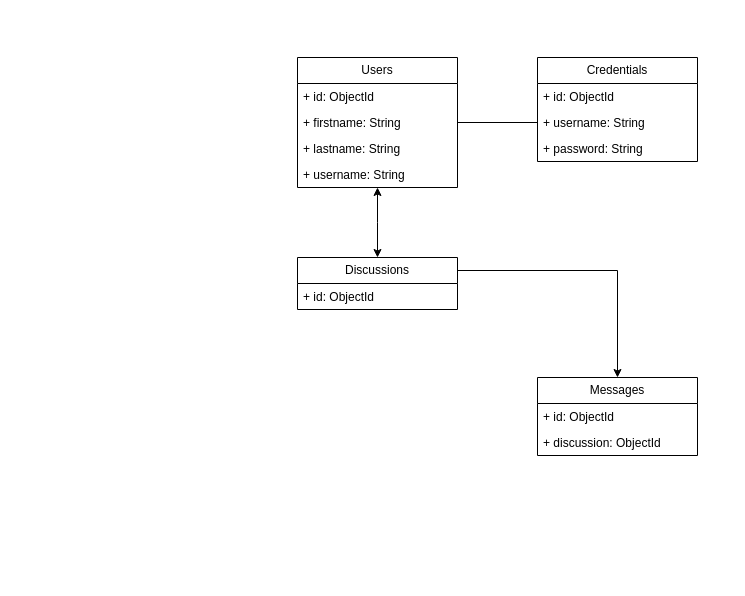
This is Arguments Entidades.drawio from Asierso/arguments, a draw.io file, before an edit. Source tidied: cells renumbered, new cells numbered last; positions are measured from the earlier drawing's top-left corner, leaving out a move shared by most shapes. Both pictures are drawn from the tidied source at 100%, with x=0, y=0 at pixel (297, 57).
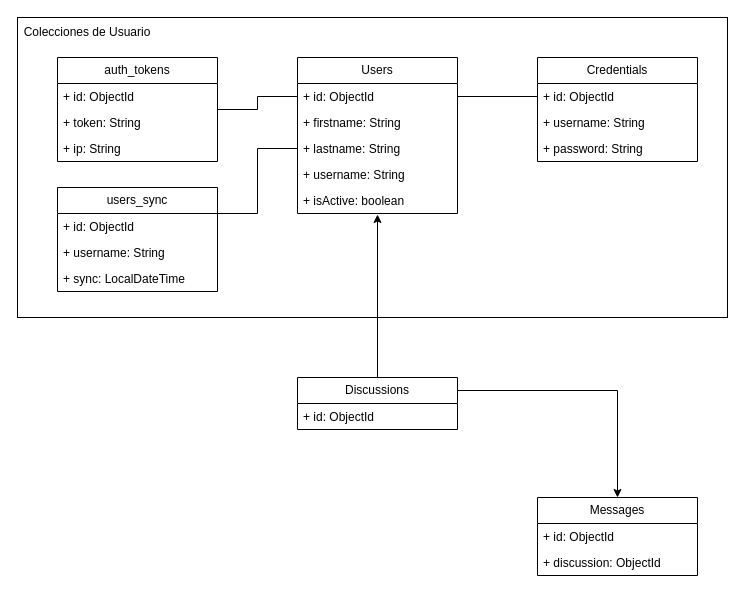
Above is the later version.

Commit message (it also covers changes not shown here):
Fix: Updated diagram and changes in entites

Unchanged cells that the change refers to:
```xml
<mxCell id="4" value="+ id: ObjectId" style="text;strokeColor=none;fillColor=none;align=left;verticalAlign=top;spacingLeft=4;spacingRight=4;overflow=hidden;points=[[0,0.5],[1,0.5]];portConstraint=eastwest;whiteSpace=wrap;html=1;" parent="3" vertex="1">
  <mxGeometry y="26" width="160" height="26" as="geometry" />
</mxCell>
<mxCell id="5" value="+ firstname: String" style="text;strokeColor=none;fillColor=none;align=left;verticalAlign=top;spacingLeft=4;spacingRight=4;overflow=hidden;points=[[0,0.5],[1,0.5]];portConstraint=eastwest;whiteSpace=wrap;html=1;" parent="3" vertex="1">
  <mxGeometry y="52" width="160" height="26" as="geometry" />
</mxCell>
<mxCell id="6" value="+ lastname: String" style="text;strokeColor=none;fillColor=none;align=left;verticalAlign=top;spacingLeft=4;spacingRight=4;overflow=hidden;points=[[0,0.5],[1,0.5]];portConstraint=eastwest;whiteSpace=wrap;html=1;" parent="3" vertex="1">
  <mxGeometry y="78" width="160" height="26" as="geometry" />
</mxCell>
<mxCell id="9" value="+ id: ObjectId" style="text;strokeColor=none;fillColor=none;align=left;verticalAlign=top;spacingLeft=4;spacingRight=4;overflow=hidden;points=[[0,0.5],[1,0.5]];portConstraint=eastwest;whiteSpace=wrap;html=1;" parent="8" vertex="1">
  <mxGeometry y="26" width="160" height="26" as="geometry" />
</mxCell>
<mxCell id="10" value="+ username: String" style="text;strokeColor=none;fillColor=none;align=left;verticalAlign=top;spacingLeft=4;spacingRight=4;overflow=hidden;points=[[0,0.5],[1,0.5]];portConstraint=eastwest;whiteSpace=wrap;html=1;" parent="8" vertex="1">
  <mxGeometry y="52" width="160" height="26" as="geometry" />
</mxCell>
```

What changed in the source:
```diff
@@
-    <mxCell id="2" style="edgeStyle=orthogonalEdgeStyle;rounded=0;jettySize=auto;html=1;startArrow=classic;startFill=1;" parent="1" edge="1" source="3">
-      <mxGeometry relative="1" as="geometry">
-        <mxPoint x="80" y="200" as="targetPoint" />
-      </mxGeometry>
-    </mxCell>
+    <mxCell id="20" style="rounded=0;whiteSpace=wrap;html=1;fillColor=none;" parent="1" vertex="1">
+      <mxGeometry x="-280" y="-40" width="710" height="300" as="geometry" />
+    </mxCell>
     <mxCell id="3" value="Users" style="swimlane;fontStyle=0;horizontal=1;startSize=26;fillColor=default;whiteSpace=wrap;html=1;" parent="1" vertex="1">
-      <mxGeometry width="160" height="130" as="geometry" />
+      <mxGeometry width="160" height="156" as="geometry" />
     </mxCell>
@@
+    <mxCell id="21" value="+ isActive: boolean" style="text;strokeColor=none;fillColor=none;align=left;verticalAlign=top;spacingLeft=4;spacingRight=4;overflow=hidden;points=[[0,0.5],[1,0.5]];portConstraint=eastwest;whiteSpace=wrap;html=1;" parent="3" vertex="1">
+      <mxGeometry y="130" width="160" height="26" as="geometry" />
+    </mxCell>
@@
     <mxCell id="13" value="Discussions" style="swimlane;fontStyle=0;horizontal=1;startSize=26;fillColor=default;whiteSpace=wrap;html=1;" parent="1" vertex="1">
-      <mxGeometry y="200" width="160" height="52" as="geometry" />
+      <mxGeometry y="320" width="160" height="52" as="geometry" />
     </mxCell>
@@
-    <mxCell id="15" style="edgeStyle=orthogonalEdgeStyle;rounded=0;jettySize=auto;html=1;exitX=1;exitY=0.5;exitDx=0;exitDy=0;entryX=0;entryY=0.5;entryDx=0;entryDy=0;endArrow=none;startFill=0;" parent="1" edge="1" source="5" target="10">
-      <mxGeometry relative="1" as="geometry" />
-    </mxCell>
     <mxCell id="16" value="Messages" style="swimlane;fontStyle=0;horizontal=1;startSize=26;fillColor=default;whiteSpace=wrap;html=1;" parent="1" vertex="1">
-      <mxGeometry x="240" y="320" width="160" height="78" as="geometry" />
+      <mxGeometry x="240" y="440" width="160" height="78" as="geometry" />
     </mxCell>
@@
+    <mxCell id="22" value="auth_tokens" style="swimlane;fontStyle=0;horizontal=1;startSize=26;fillColor=default;whiteSpace=wrap;html=1;" parent="1" vertex="1">
+      <mxGeometry x="-240" width="160" height="104" as="geometry" />
+    </mxCell>
+    <mxCell id="23" value="+ id: ObjectId" style="text;strokeColor=none;fillColor=none;align=left;verticalAlign=top;spacingLeft=4;spacingRight=4;overflow=hidden;whiteSpace=wrap;html=1;" parent="22" vertex="1">
+      <mxGeometry y="26" width="160" height="26" as="geometry" />
+    </mxCell>
+    <mxCell id="24" value="+ token: String" style="text;strokeColor=none;fillColor=none;align=left;verticalAlign=top;spacingLeft=4;spacingRight=4;overflow=hidden;whiteSpace=wrap;html=1;" parent="22" vertex="1">
+      <mxGeometry y="52" width="160" height="26" as="geometry" />
+    </mxCell>
+    <mxCell id="25" value="+ ip: String" style="text;strokeColor=none;fillColor=none;align=left;verticalAlign=top;spacingLeft=4;spacingRight=4;overflow=hidden;whiteSpace=wrap;html=1;" parent="22" vertex="1">
+      <mxGeometry y="78" width="160" height="26" as="geometry" />
+    </mxCell>
+    <mxCell id="26" style="edgeStyle=orthogonalEdgeStyle;rounded=0;jettySize=auto;html=1;exitX=0;exitY=0.5;exitDx=0;exitDy=0;entryX=1;entryY=0.5;entryDx=0;entryDy=0;endArrow=none;startFill=0;" parent="1" edge="1" source="4" target="22">
+      <mxGeometry relative="1" as="geometry" />
+    </mxCell>
+    <mxCell id="27" style="edgeStyle=orthogonalEdgeStyle;rounded=0;jettySize=auto;html=1;exitX=0;exitY=0.5;exitDx=0;exitDy=0;entryX=1;entryY=0.5;entryDx=0;entryDy=0;endArrow=none;startFill=0;" parent="1" edge="1" source="9" target="4">
+      <mxGeometry relative="1" as="geometry" />
+    </mxCell>
+    <mxCell id="28" value="users_sync" style="swimlane;fontStyle=0;horizontal=1;startSize=26;fillColor=default;whiteSpace=wrap;html=1;" parent="1" vertex="1">
+      <mxGeometry x="-240" y="130" width="160" height="104" as="geometry" />
+    </mxCell>
+    <mxCell id="29" value="+ id: ObjectId" style="text;strokeColor=none;fillColor=none;align=left;verticalAlign=top;spacingLeft=4;spacingRight=4;overflow=hidden;whiteSpace=wrap;html=1;" parent="28" vertex="1">
+      <mxGeometry y="26" width="160" height="26" as="geometry" />
+    </mxCell>
+    <mxCell id="30" value="+ username: String" style="text;strokeColor=none;fillColor=none;align=left;verticalAlign=top;spacingLeft=4;spacingRight=4;overflow=hidden;whiteSpace=wrap;html=1;" parent="28" vertex="1">
+      <mxGeometry y="52" width="160" height="26" as="geometry" />
+    </mxCell>
+    <mxCell id="31" value="+ sync: LocalDateTime" style="text;strokeColor=none;fillColor=none;align=left;verticalAlign=top;spacingLeft=4;spacingRight=4;overflow=hidden;whiteSpace=wrap;html=1;" parent="28" vertex="1">
+      <mxGeometry y="78" width="160" height="26" as="geometry" />
+    </mxCell>
+    <mxCell id="32" style="edgeStyle=orthogonalEdgeStyle;rounded=0;jettySize=auto;html=1;exitX=0;exitY=0.5;exitDx=0;exitDy=0;entryX=1;entryY=0.25;entryDx=0;entryDy=0;endArrow=none;startFill=0;" parent="1" edge="1" source="6" target="28">
+      <mxGeometry relative="1" as="geometry" />
+    </mxCell>
+    <mxCell id="33" style="edgeStyle=orthogonalEdgeStyle;rounded=0;jettySize=auto;html=1;exitX=0.5;exitY=0;exitDx=0;exitDy=0;entryX=0.5;entryY=1.038;entryDx=0;entryDy=0;entryPerimeter=0;" parent="1" edge="1" source="13" target="21">
+      <mxGeometry relative="1" as="geometry" />
+    </mxCell>
+    <mxCell id="34" value="Colecciones de Usuario" style="text;html=1;align=center;verticalAlign=middle;whiteSpace=wrap;rounded=0;" parent="1" vertex="1">
+      <mxGeometry x="-280" y="-40" width="140" height="30" as="geometry" />
+    </mxCell>
```
